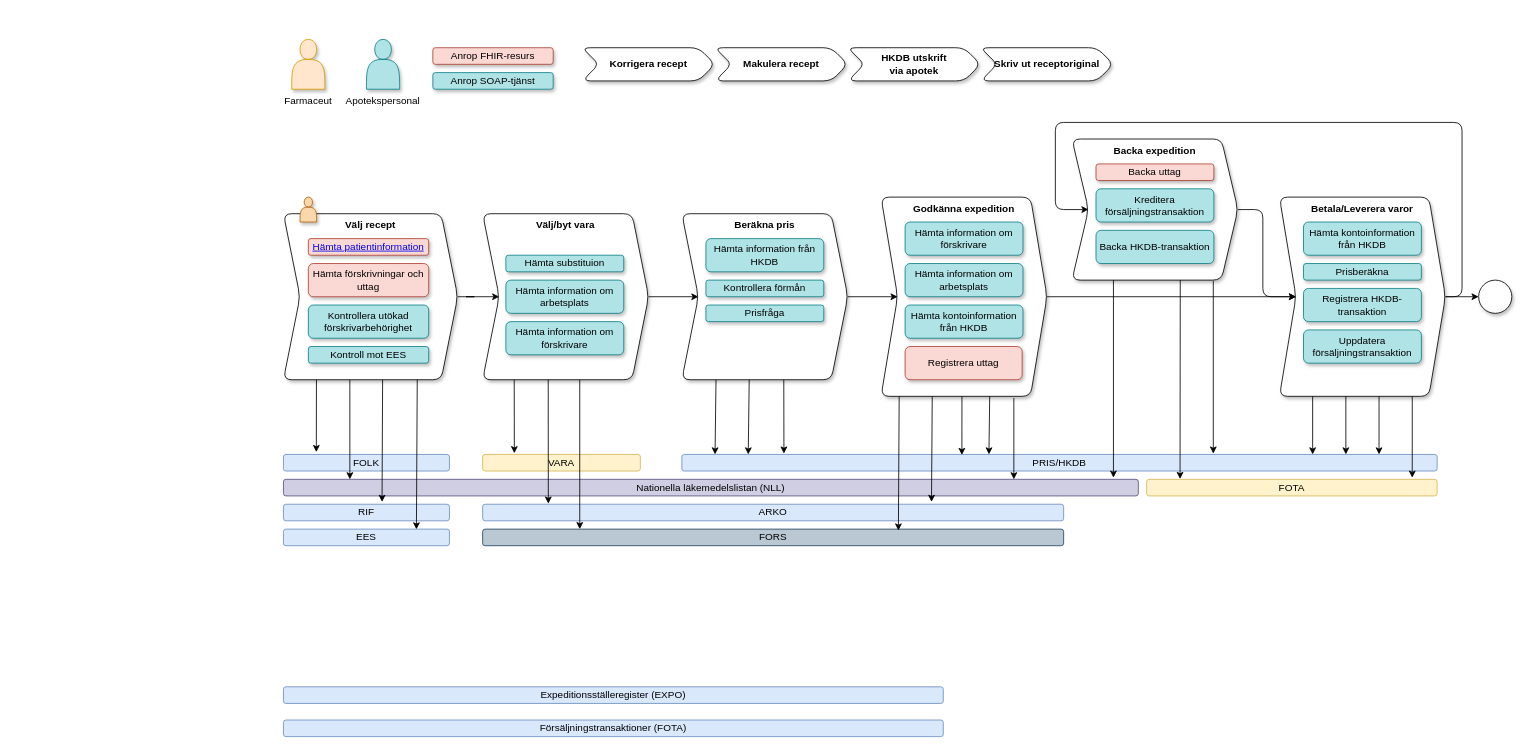
The draw.io diagram Untitled Diagram.drawio in martin-solberg/verksamhetsfloden, before the edit. Source tidied: cells renumbered, new cells numbered last; positions are measured from the earlier drawing's top-left corner, leaving out a move shared by most shapes. Both pictures are drawn from the tidied source at 83%, with x=0, y=0 at pixel (283, 39).
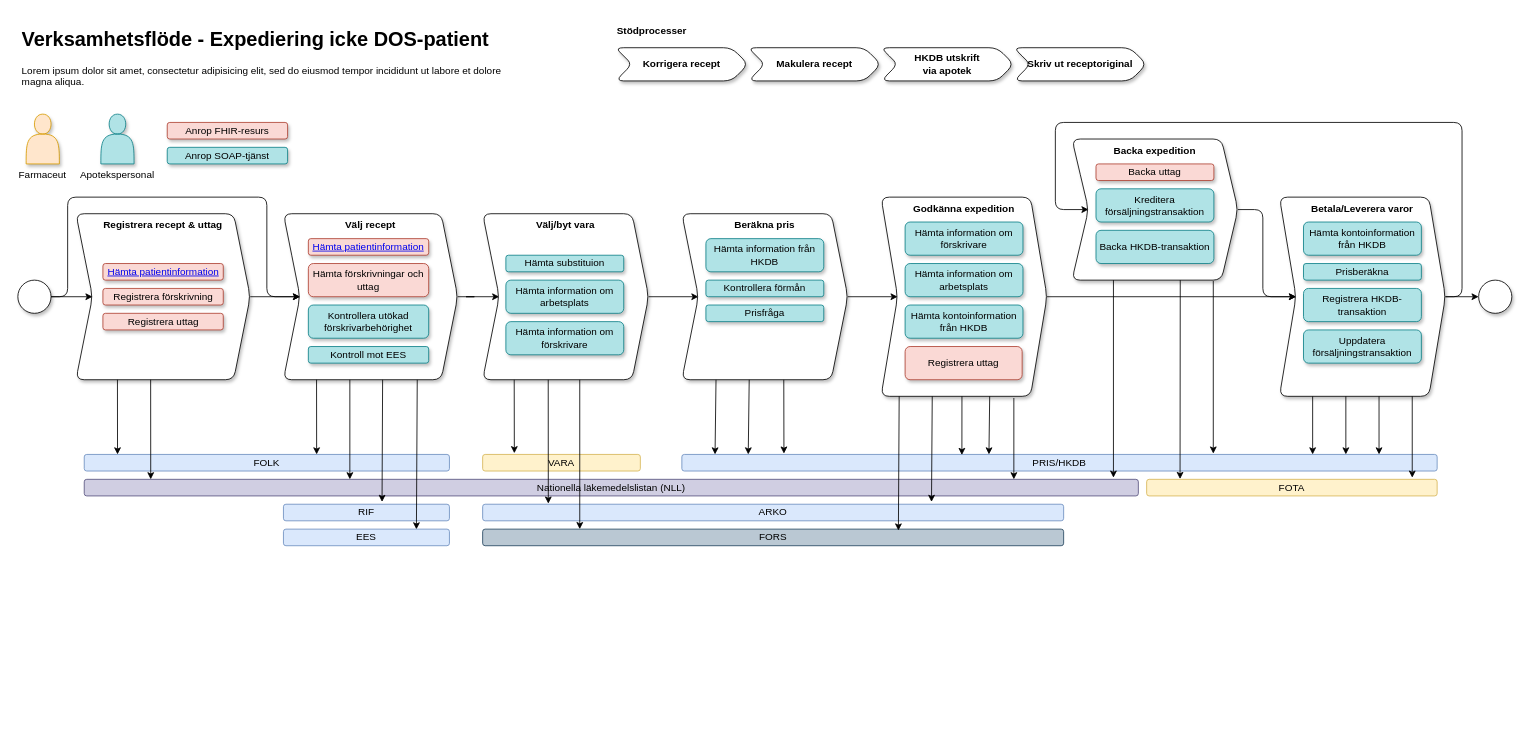
The same diagram, later.

Commit message:
verksamhetsflöde - expediering icke DOS-patient.drawio

The change refers to these unchanged cells:
```xml
<mxCell id="32" value="Välj recept" style="shape=step;perimeter=stepPerimeter;whiteSpace=wrap;html=1;fixedSize=1;rounded=1;shadow=1;fontStyle=1;horizontal=1;verticalAlign=top;" parent="1" vertex="1">
  <mxGeometry y="210" width="210" height="200" as="geometry" />
</mxCell>
```

What changed in the source:
```diff
@@
     <mxCell id="2" value="Farmaceut" style="shape=actor;whiteSpace=wrap;html=1;rounded=1;shadow=1;labelPosition=center;verticalLabelPosition=bottom;align=center;verticalAlign=top;fillColor=#ffe6cc;strokeColor=#d79b00;" parent="1" vertex="1">
-      <mxGeometry x="10" width="40" height="60" as="geometry" />
+      <mxGeometry x="-310" y="90" width="40" height="60" as="geometry" />
     </mxCell>
@@
     <mxCell id="7" value="Nationella läkemedelslistan (NLL)" style="whiteSpace=wrap;html=1;fillColor=#d0cee2;strokeColor=#56517e;rounded=1;" parent="1" vertex="1">
-      <mxGeometry y="530" width="1030" height="20" as="geometry" />
+      <mxGeometry x="-240" y="530" width="1270" height="20" as="geometry" />
     </mxCell>
@@
-    <mxCell id="9" value="Expeditionsställeregister (EXPO)" style="whiteSpace=wrap;html=1;fillColor=#dae8fc;strokeColor=#6c8ebf;rounded=1;" parent="1" vertex="1">
-      <mxGeometry y="780" width="795" height="20" as="geometry" />
-    </mxCell>
@@
-    <mxCell id="11" value="Försäljningstransaktioner (FOTA)" style="whiteSpace=wrap;html=1;fillColor=#dae8fc;strokeColor=#6c8ebf;rounded=1;" parent="1" vertex="1">
-      <mxGeometry y="820" width="795" height="20" as="geometry" />
-    </mxCell>
     <mxCell id="12" value="Apotekspersonal" style="shape=actor;whiteSpace=wrap;html=1;rounded=1;shadow=1;labelPosition=center;verticalLabelPosition=bottom;align=center;verticalAlign=top;fillColor=#b0e3e6;strokeColor=#0e8088;" parent="1" vertex="1">
-      <mxGeometry x="100" width="40" height="60" as="geometry" />
+      <mxGeometry x="-220" y="90" width="40" height="60" as="geometry" />
     </mxCell>
     <mxCell id="13" value="FOLK" style="whiteSpace=wrap;html=1;fillColor=#dae8fc;strokeColor=#6c8ebf;rounded=1;" parent="1" vertex="1">
-      <mxGeometry y="500" width="200" height="20" as="geometry" />
+      <mxGeometry x="-240" y="500" width="440" height="20" as="geometry" />
     </mxCell>
-    <mxCell id="14" style="endArrow=classic;html=1;sketch=0;horizontal=0;labelPosition=right;verticalLabelPosition=middle;align=left;verticalAlign=middle;entryX=0.198;entryY=-0.14;entryDx=0;entryDy=0;entryPerimeter=0;" parent="1" edge="1" target="13">
-      <mxGeometry x="0.72" relative="1" as="geometry">
-        <mxPoint x="40" y="300" as="sourcePoint" />
-      </mxGeometry>
-    </mxCell>
@@
     <mxCell id="29" value="Korrigera recept" style="shape=step;perimeter=stepPerimeter;whiteSpace=wrap;html=1;fixedSize=1;rounded=1;shadow=1;fontStyle=1;" parent="1" vertex="1">
-      <mxGeometry x="360" y="10" width="160" height="40" as="geometry" />
+      <mxGeometry x="400" y="10" width="160" height="40" as="geometry" />
     </mxCell>
@@
-    <mxCell id="33" style="shape=actor;whiteSpace=wrap;html=1;rounded=1;shadow=1;labelPosition=center;verticalLabelPosition=bottom;align=center;verticalAlign=top;fillColor=#fad7ac;strokeColor=#b46504;" parent="1" vertex="1">
-      <mxGeometry x="20" y="190" width="20" height="30" as="geometry" />
-    </mxCell>
@@
     <mxCell id="64" value="Makulera recept" style="shape=step;perimeter=stepPerimeter;whiteSpace=wrap;html=1;fixedSize=1;rounded=1;shadow=1;fontStyle=1;" parent="1" vertex="1">
-      <mxGeometry x="520" y="10" width="160" height="40" as="geometry" />
+      <mxGeometry x="560" y="10" width="160" height="40" as="geometry" />
     </mxCell>
     <mxCell id="65" value="&lt;div&gt;HKDB utskrift&lt;/div&gt;&lt;div&gt; via apotek&lt;/div&gt;" style="shape=step;perimeter=stepPerimeter;whiteSpace=wrap;html=1;fixedSize=1;rounded=1;shadow=1;fontStyle=1;" parent="1" vertex="1">
-      <mxGeometry x="680" y="10" width="160" height="40" as="geometry" />
+      <mxGeometry x="720" y="10" width="160" height="40" as="geometry" />
     </mxCell>
@@
     <mxCell id="68" value="Anrop FHIR-resurs" style="rounded=1;whiteSpace=wrap;html=1;shadow=1;fontSize=12;fillColor=#fad9d5;strokeColor=#ae4132;" parent="1" vertex="1">
-      <mxGeometry x="180" y="10" width="145" height="20" as="geometry" />
+      <mxGeometry x="-140" y="100" width="145" height="20" as="geometry" />
     </mxCell>
     <mxCell id="69" value="Anrop SOAP-tjänst" style="rounded=1;whiteSpace=wrap;html=1;shadow=1;fontSize=12;fillColor=#b0e3e6;strokeColor=#0e8088;" parent="1" vertex="1">
-      <mxGeometry x="180" y="40" width="145" height="20" as="geometry" />
+      <mxGeometry x="-140" y="130" width="145" height="20" as="geometry" />
     </mxCell>
@@
     <mxCell id="78" value="Skriv ut receptoriginal" style="shape=step;perimeter=stepPerimeter;whiteSpace=wrap;html=1;fixedSize=1;rounded=1;shadow=1;fontStyle=1;" parent="1" vertex="1">
-      <mxGeometry x="840" y="10" width="160" height="40" as="geometry" />
+      <mxGeometry x="880" y="10" width="160" height="40" as="geometry" />
     </mxCell>
+    <mxCell id="79" value="&lt;h1&gt;Verksamhetsflöde - Expediering icke DOS-patient&lt;br&gt;&lt;/h1&gt;&lt;p&gt;Lorem ipsum dolor sit amet, consectetur adipisicing elit, sed do eiusmod tempor incididunt ut labore et dolore magna aliqua.&lt;/p&gt;" style="text;html=1;strokeColor=none;fillColor=none;spacing=5;spacingTop=-20;whiteSpace=wrap;overflow=hidden;rounded=0;shadow=1;fontSize=12;" parent="1" vertex="1">
+      <mxGeometry x="-320" y="-20" width="600" height="120" as="geometry" />
+    </mxCell>
+    <mxCell id="80" value="&lt;b&gt;Stödprocesser&lt;/b&gt;" style="text;html=1;strokeColor=none;fillColor=none;align=left;verticalAlign=middle;whiteSpace=wrap;rounded=0;shadow=1;fontSize=12;" parent="1" vertex="1">
+      <mxGeometry x="400" y="-20" width="219" height="20" as="geometry" />
+    </mxCell>
+    <mxCell id="81" value="Registrera recept &amp;amp; uttag" style="shape=step;perimeter=stepPerimeter;whiteSpace=wrap;html=1;fixedSize=1;rounded=1;shadow=1;fontStyle=1;horizontal=1;verticalAlign=top;" parent="1" vertex="1">
+      <mxGeometry x="-250" y="210" width="210" height="200" as="geometry" />
+    </mxCell>
+    <mxCell id="82" value="&lt;a href=&quot;data:page/id,Y8RW_nMM7FUyLUE6UGEh&quot;&gt;Hämta patientinformation&lt;/a&gt;" style="rounded=1;whiteSpace=wrap;html=1;shadow=1;fontSize=12;fillColor=#fad9d5;strokeColor=#ae4132;" parent="1" vertex="1">
+      <mxGeometry x="-217.5" y="270" width="145" height="20" as="geometry" />
+    </mxCell>
+    <mxCell id="83" value="Registrera förskrivning" style="rounded=1;whiteSpace=wrap;html=1;shadow=1;fontSize=12;fillColor=#fad9d5;strokeColor=#ae4132;" parent="1" vertex="1">
+      <mxGeometry x="-217.5" y="300" width="145" height="20" as="geometry" />
+    </mxCell>
+    <mxCell id="84" style="edgeStyle=orthogonalEdgeStyle;rounded=1;sketch=0;jettySize=auto;html=1;exitX=1;exitY=0.5;exitDx=0;exitDy=0;endArrow=classic;endFill=1;strokeColor=#000000;fontSize=12;align=center;" parent="1" edge="1" source="85" target="32">
+      <mxGeometry relative="1" as="geometry">
+        <Array as="points">
+          <mxPoint x="-260" y="310" />
+          <mxPoint x="-260" y="190" />
+          <mxPoint x="-20" y="190" />
+          <mxPoint x="-20" y="310" />
+        </Array>
+      </mxGeometry>
+    </mxCell>
+    <mxCell id="85" style="ellipse;whiteSpace=wrap;html=1;rounded=1;shadow=1;fontSize=12;" parent="1" vertex="1">
+      <mxGeometry x="-320" y="290" width="40" height="40" as="geometry" />
+    </mxCell>
+    <mxCell id="86" style="endArrow=classic;html=1;strokeColor=#000000;fontSize=12;align=center;exitX=1;exitY=0.5;exitDx=0;exitDy=0;" parent="1" edge="1" source="81" target="32">
+      <mxGeometry relative="1" as="geometry" />
+    </mxCell>
+    <mxCell id="87" style="endArrow=classic;html=1;strokeColor=#000000;fontSize=12;align=center;entryX=0;entryY=0.5;entryDx=0;entryDy=0;exitX=1;exitY=0.5;exitDx=0;exitDy=0;" parent="1" edge="1" source="85" target="81">
+      <mxGeometry relative="1" as="geometry" />
+    </mxCell>
+    <mxCell id="88" style="endArrow=classic;html=1;exitX=0.19;exitY=1;exitDx=0;exitDy=0;horizontal=0;labelPosition=right;verticalLabelPosition=middle;align=left;verticalAlign=middle;exitPerimeter=0;" parent="1" edge="1" source="32">
+      <mxGeometry x="0.94" relative="1" as="geometry">
+        <mxPoint x="40" y="500" as="targetPoint" />
+      </mxGeometry>
+    </mxCell>
+    <mxCell id="89" style="endArrow=classic;html=1;exitX=0.19;exitY=1;exitDx=0;exitDy=0;horizontal=0;labelPosition=right;verticalLabelPosition=middle;align=left;verticalAlign=middle;exitPerimeter=0;" parent="1" edge="1">
+      <mxGeometry x="0.94" relative="1" as="geometry">
+        <mxPoint x="-200" y="410" as="sourcePoint" />
+        <mxPoint x="-199.9" y="500" as="targetPoint" />
+      </mxGeometry>
+    </mxCell>
+    <mxCell id="90" style="endArrow=classic;html=1;horizontal=0;labelPosition=right;verticalLabelPosition=middle;align=left;verticalAlign=middle;" parent="1" edge="1">
+      <mxGeometry x="0.94" relative="1" as="geometry">
+        <mxPoint x="-160" y="410" as="sourcePoint" />
+        <mxPoint x="-159.9" y="530" as="targetPoint" />
+      </mxGeometry>
+    </mxCell>
+    <mxCell id="91" value="Registrera uttag" style="rounded=1;whiteSpace=wrap;html=1;shadow=1;fontSize=12;fillColor=#fad9d5;strokeColor=#ae4132;" parent="1" vertex="1">
+      <mxGeometry x="-217.5" y="330" width="145" height="20" as="geometry" />
+    </mxCell>
```
